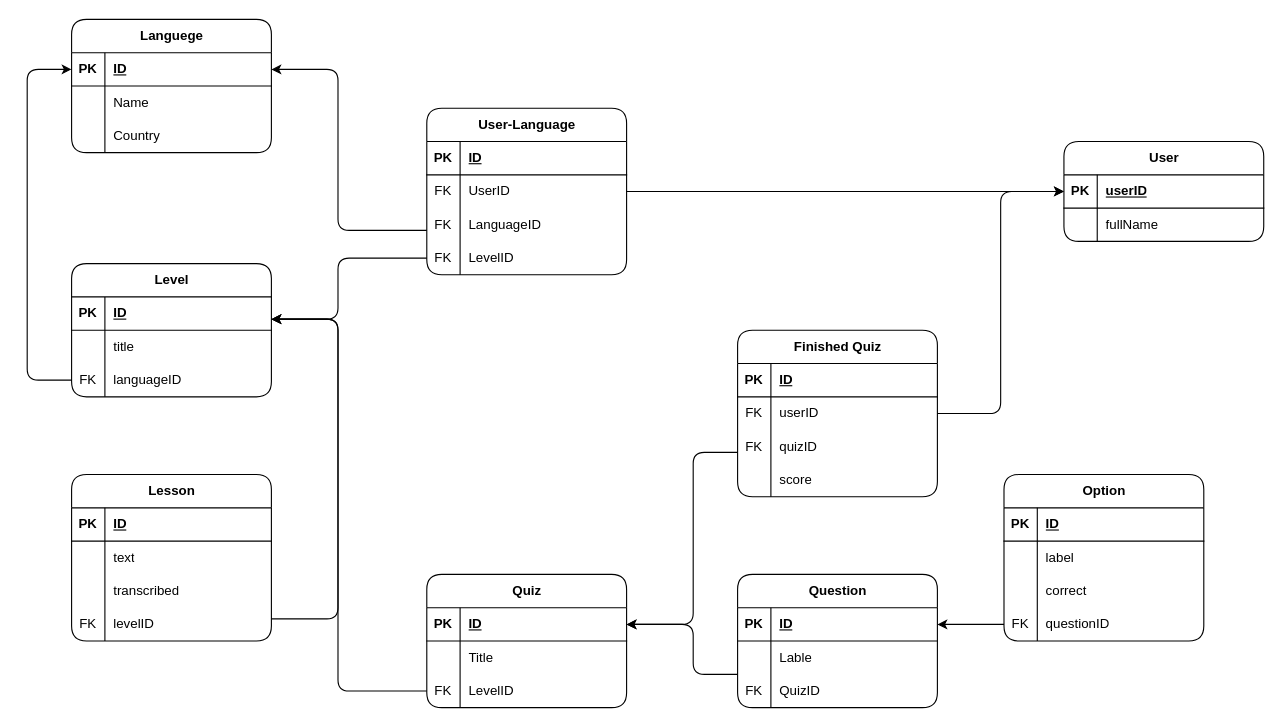
This is page "ER-diagram" (3 of 3) of Docs/Linger.drawio from ThommysArt/Linger---ExpressJS-NextJS, a draw.io file, before an edit. Source tidied: cells renumbered, new cells numbered last; positions are measured from the earlier drawing's top-left corner, leaving out a move shared by most shapes. Both pictures are drawn from the tidied source at 111%, with x=0, y=0 at pixel (27, 19).
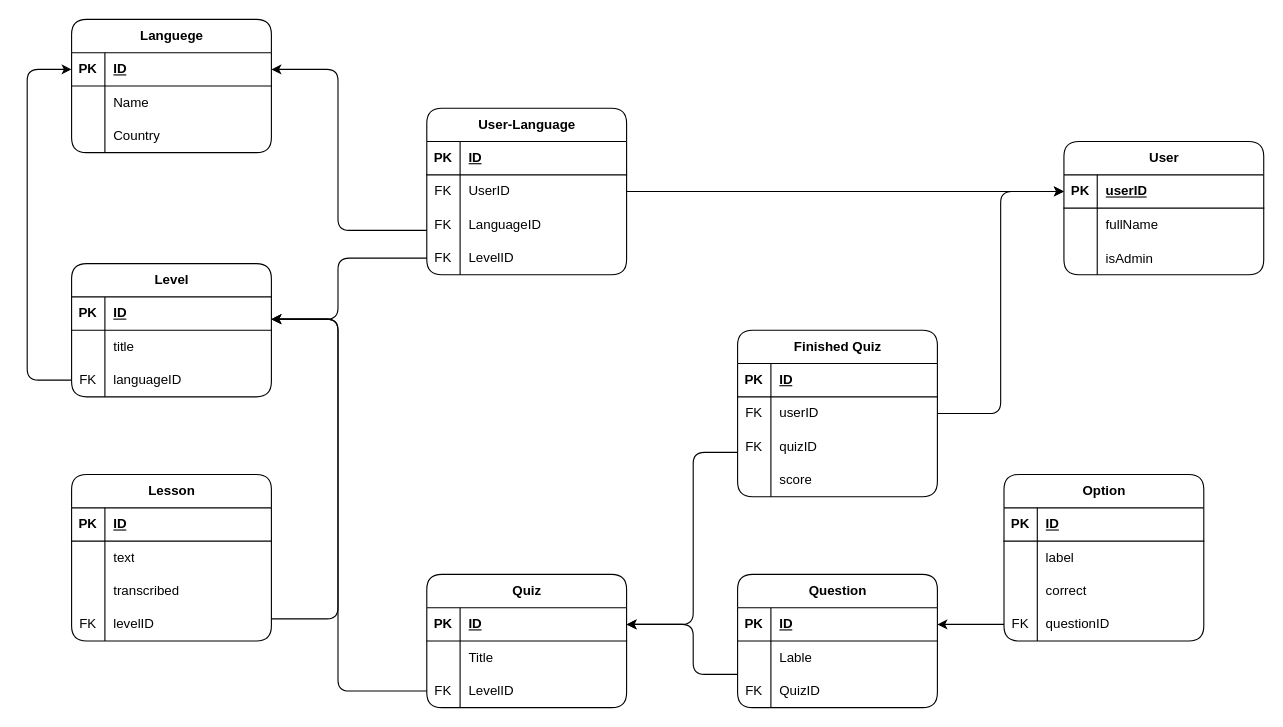
The same diagram, later.

Diff of the diagram source:
```diff
@@
     <mxCell id="2" value="User" style="shape=table;startSize=30;childLayout=tableLayout;rowLines=0;fontStyle=1;align=center;html=1;rounded=1;" parent="1" vertex="1">
-      <mxGeometry x="934" y="110" width="180" height="90" as="geometry" />
+      <mxGeometry x="934" y="110" width="180" height="120" as="geometry" />
     </mxCell>
@@
+    <mxCell id="111" style="shape=tableRow;horizontal=0;startSize=0;swimlaneHead=0;swimlaneBody=0;fillColor=none;top=0;left=0;right=0;bottom=0;rounded=1;strokeColor=default;align=center;verticalAlign=middle;fontFamily=Helvetica;fontSize=12;fontColor=default;fontStyle=1;" parent="2" vertex="1">
+      <mxGeometry y="90" width="180" height="30" as="geometry" />
+    </mxCell>
+    <mxCell id="112" style="shape=partialRectangle;fillColor=none;top=0;left=0;bottom=0;right=0;overflow=hidden;rounded=1;strokeColor=default;align=center;verticalAlign=middle;fontFamily=Helvetica;fontSize=12;fontColor=default;fontStyle=1;" parent="111" vertex="1">
+      <mxGeometry width="30" height="30" as="geometry" />
+    </mxCell>
+    <mxCell id="113" value="isAdmin" style="shape=partialRectangle;fillColor=none;top=0;left=0;bottom=0;right=0;align=left;spacingLeft=6;overflow=hidden;rounded=1;strokeColor=default;verticalAlign=middle;fontFamily=Helvetica;fontSize=12;fontColor=default;fontStyle=0;" parent="111" vertex="1">
+      <mxGeometry x="30" width="150" height="30" as="geometry" />
+    </mxCell>
```
